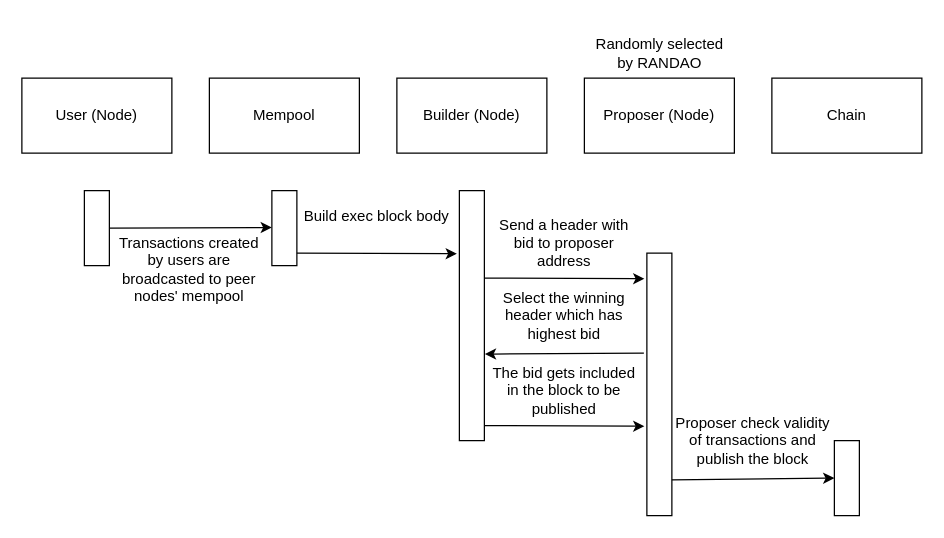
The draw.io diagram assets/agent workflow.drawio in xujiahuayz/mev-resist-consensus, before the edit. Source tidied: cells renumbered, new cells numbered last; positions are measured from the earlier drawing's top-left corner, leaving out a move shared by most shapes. Both pictures are drawn from the tidied source at 125%, with x=0, y=0 at pixel (21, 28).
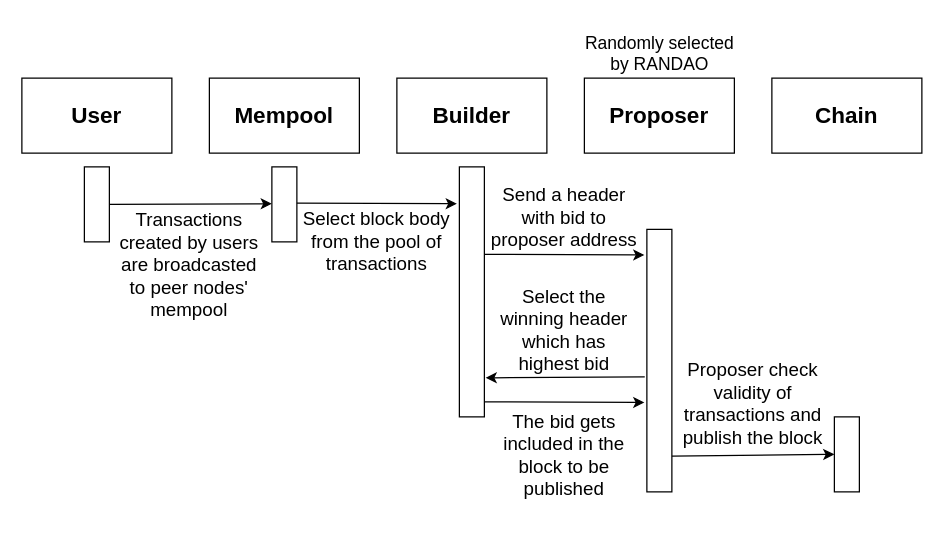
Above is the later version.

The edit, as a diff of the source:
```diff
@@
-    <mxCell id="2" value="Mempool" style="rounded=0;whiteSpace=wrap;html=1;" parent="1" vertex="1">
+    <mxCell id="2" value="&lt;font style=&quot;font-size: 18px;&quot;&gt;&lt;b&gt;Mempool&lt;/b&gt;&lt;/font&gt;" style="rounded=0;whiteSpace=wrap;html=1;" parent="1" vertex="1">
       <mxGeometry x="150" y="40" width="120" height="60" as="geometry" />
     </mxCell>
-    <mxCell id="3" value="Builder&amp;nbsp;(Node)" style="rounded=0;whiteSpace=wrap;html=1;" parent="1" vertex="1">
+    <mxCell id="3" value="&lt;font style=&quot;font-size: 18px;&quot;&gt;&lt;b&gt;Builder&lt;/b&gt;&lt;/font&gt;" style="rounded=0;whiteSpace=wrap;html=1;" parent="1" vertex="1">
       <mxGeometry x="300" y="40" width="120" height="60" as="geometry" />
     </mxCell>
-    <mxCell id="4" value="Proposer&amp;nbsp;(Node)" style="rounded=0;whiteSpace=wrap;html=1;" parent="1" vertex="1">
+    <mxCell id="4" value="&lt;font style=&quot;font-size: 18px;&quot;&gt;&lt;b&gt;Proposer&lt;/b&gt;&lt;/font&gt;" style="rounded=0;whiteSpace=wrap;html=1;" parent="1" vertex="1">
       <mxGeometry x="450" y="40" width="120" height="60" as="geometry" />
     </mxCell>
     <mxCell id="5" style="endArrow=classic;html=1;rounded=0;exitX=1;exitY=0.5;exitDx=0;exitDy=0;" parent="1" edge="1" source="23">
       <mxGeometry relative="1" as="geometry">
-        <mxPoint x="200" y="159.5" as="targetPoint" />
+        <mxPoint x="200" y="140.5" as="targetPoint" />
       </mxGeometry>
     </mxCell>
     <mxCell id="6" style="rounded=0;whiteSpace=wrap;html=1;" parent="1" vertex="1">
-      <mxGeometry x="200" y="130" width="20" height="60" as="geometry" />
+      <mxGeometry x="200" y="111" width="20" height="60" as="geometry" />
     </mxCell>
-    <mxCell id="7" value="Transactions created by users are broadcasted to peer nodes' mempool" style="rounded=0;whiteSpace=wrap;html=1;strokeColor=none;fillColor=none;" parent="1" vertex="1">
-      <mxGeometry x="74" y="168" width="120" height="50" as="geometry" />
+    <mxCell id="7" value="&lt;font style=&quot;font-size: 15px;&quot;&gt;Transactions created by users are broadcasted to peer nodes' mempool&lt;/font&gt;" style="rounded=0;whiteSpace=wrap;html=1;strokeColor=none;fillColor=none;" parent="1" vertex="1">
+      <mxGeometry x="74" y="164" width="120" height="50" as="geometry" />
     </mxCell>
     <mxCell id="8" style="endArrow=classic;html=1;rounded=0;entryX=-0.1;entryY=0.158;entryDx=0;entryDy=0;entryPerimeter=0;" parent="1" edge="1">
       <mxGeometry relative="1" as="geometry">
-        <mxPoint x="220" y="180" as="sourcePoint" />
-        <mxPoint x="348" y="180.5" as="targetPoint" />
+        <mxPoint x="220" y="140" as="sourcePoint" />
+        <mxPoint x="348" y="140.5" as="targetPoint" />
       </mxGeometry>
     </mxCell>
     <mxCell id="9" style="rounded=0;whiteSpace=wrap;html=1;" parent="1" vertex="1">
-      <mxGeometry x="350" y="130" width="20" height="200" as="geometry" />
+      <mxGeometry x="350" y="111" width="20" height="200" as="geometry" />
     </mxCell>
-    <mxCell id="10" value="Build exec block body" style="rounded=0;whiteSpace=wrap;html=1;strokeColor=none;fillColor=none;" parent="1" vertex="1">
-      <mxGeometry x="224" y="131" width="120" height="40" as="geometry" />
+    <mxCell id="10" value="&lt;font style=&quot;font-size: 15px;&quot;&gt;Select block body from the pool of transactions&lt;/font&gt;" style="rounded=0;whiteSpace=wrap;html=1;strokeColor=none;fillColor=none;" parent="1" vertex="1">
+      <mxGeometry x="224" y="150" width="120" height="40" as="geometry" />
     </mxCell>
-    <mxCell id="11" value="Send a header with bid to proposer address" style="rounded=0;whiteSpace=wrap;html=1;strokeColor=none;fillColor=none;" parent="1" vertex="1">
-      <mxGeometry x="374" y="152" width="120" height="40" as="geometry" />
+    <mxCell id="11" value="&lt;font style=&quot;font-size: 15px;&quot;&gt;Send a header with bid to proposer address&lt;/font&gt;" style="rounded=0;whiteSpace=wrap;html=1;strokeColor=none;fillColor=none;" parent="1" vertex="1">
+      <mxGeometry x="374" y="131" width="120" height="40" as="geometry" />
     </mxCell>
     <mxCell id="12" style="endArrow=classic;html=1;rounded=0;entryX=-0.1;entryY=0.158;entryDx=0;entryDy=0;entryPerimeter=0;" parent="1" edge="1">
       <mxGeometry relative="1" as="geometry">
-        <mxPoint x="370" y="200" as="sourcePoint" />
-        <mxPoint x="498" y="200.5" as="targetPoint" />
+        <mxPoint x="370" y="181" as="sourcePoint" />
+        <mxPoint x="498" y="181.5" as="targetPoint" />
       </mxGeometry>
     </mxCell>
     <mxCell id="13" style="rounded=0;whiteSpace=wrap;html=1;" parent="1" vertex="1">
-      <mxGeometry x="500" y="180" width="20" height="210" as="geometry" />
+      <mxGeometry x="500" y="161" width="20" height="210" as="geometry" />
     </mxCell>
     <mxCell id="14" style="endArrow=classic;html=1;rounded=0;exitX=-0.137;exitY=0.58;exitDx=0;exitDy=0;exitPerimeter=0;" parent="1" edge="1">
       <mxGeometry relative="1" as="geometry">
-        <mxPoint x="497.6" y="260" as="sourcePoint" />
-        <mxPoint x="370.4" y="260.8" as="targetPoint" />
+        <mxPoint x="498.3" y="279" as="sourcePoint" />
+        <mxPoint x="371" y="279.8" as="targetPoint" />
       </mxGeometry>
     </mxCell>
-    <mxCell id="15" value="Select the winning header which has highest bid" style="rounded=0;whiteSpace=wrap;html=1;strokeColor=none;fillColor=none;" parent="1" vertex="1">
-      <mxGeometry x="374" y="210" width="120" height="40" as="geometry" />
+    <mxCell id="15" value="&lt;font style=&quot;font-size: 15px;&quot;&gt;Select the winning header which has highest bid&lt;/font&gt;" style="rounded=0;whiteSpace=wrap;html=1;strokeColor=none;fillColor=none;" parent="1" vertex="1">
+      <mxGeometry x="374" y="221" width="120" height="40" as="geometry" />
     </mxCell>
@@
-    <mxCell id="17" value="Chain" style="rounded=0;whiteSpace=wrap;html=1;" parent="1" vertex="1">
+    <mxCell id="17" value="&lt;font style=&quot;font-size: 18px;&quot;&gt;&lt;b&gt;Chain&lt;/b&gt;&lt;/font&gt;" style="rounded=0;whiteSpace=wrap;html=1;" parent="1" vertex="1">
       <mxGeometry x="600" y="40" width="120" height="60" as="geometry" />
     </mxCell>
     <mxCell id="18" style="rounded=0;whiteSpace=wrap;html=1;" parent="1" vertex="1">
-      <mxGeometry x="650" y="330" width="20" height="60" as="geometry" />
+      <mxGeometry x="650" y="311" width="20" height="60" as="geometry" />
     </mxCell>
-    <mxCell id="19" value="Proposer check validity of transactions and publish the block" style="rounded=0;whiteSpace=wrap;html=1;strokeColor=none;fillColor=none;" parent="1" vertex="1">
-      <mxGeometry x="520" y="310" width="130" height="40" as="geometry" />
+    <mxCell id="19" value="&lt;font style=&quot;font-size: 15px;&quot;&gt;Proposer check validity of transactions and publish the block&lt;/font&gt;" style="rounded=0;whiteSpace=wrap;html=1;strokeColor=none;fillColor=none;" parent="1" vertex="1">
+      <mxGeometry x="520" y="280" width="130" height="40" as="geometry" />
     </mxCell>
-    <mxCell id="20" value="The bid gets included in the block to be published" style="rounded=0;whiteSpace=wrap;html=1;strokeColor=none;fillColor=none;" parent="1" vertex="1">
-      <mxGeometry x="374" y="270" width="120" height="40" as="geometry" />
+    <mxCell id="20" value="&lt;font style=&quot;font-size: 15px;&quot;&gt;The bid gets included in the block to be published&lt;/font&gt;" style="rounded=0;whiteSpace=wrap;html=1;strokeColor=none;fillColor=none;" parent="1" vertex="1">
+      <mxGeometry x="374" y="321" width="120" height="40" as="geometry" />
     </mxCell>
     <mxCell id="21" style="endArrow=classic;html=1;rounded=0;entryX=-0.1;entryY=0.158;entryDx=0;entryDy=0;entryPerimeter=0;" parent="1" edge="1">
       <mxGeometry relative="1" as="geometry">
-        <mxPoint x="370" y="318" as="sourcePoint" />
-        <mxPoint x="498" y="318.5" as="targetPoint" />
+        <mxPoint x="370" y="299" as="sourcePoint" />
+        <mxPoint x="498" y="299.5" as="targetPoint" />
       </mxGeometry>
     </mxCell>
-    <mxCell id="22" value="User (Node)" style="rounded=0;whiteSpace=wrap;html=1;" parent="1" vertex="1">
+    <mxCell id="22" value="&lt;font style=&quot;font-size: 18px;&quot;&gt;&lt;b&gt;User&lt;/b&gt;&lt;/font&gt;" style="rounded=0;whiteSpace=wrap;html=1;" parent="1" vertex="1">
       <mxGeometry y="40" width="120" height="60" as="geometry" />
     </mxCell>
     <mxCell id="23" style="rounded=0;whiteSpace=wrap;html=1;" parent="1" vertex="1">
-      <mxGeometry x="50" y="130" width="20" height="60" as="geometry" />
+      <mxGeometry x="50" y="111" width="20" height="60" as="geometry" />
     </mxCell>
-    <mxCell id="24" value="Randomly selected&lt;br&gt;by RANDAO" style="text;html=1;align=center;verticalAlign=middle;strokeColor=none;fillColor=none;" parent="1" vertex="1">
-      <mxGeometry x="445" width="130" height="40" as="geometry" />
+    <mxCell id="24" value="&lt;font style=&quot;font-size: 14px;&quot;&gt;Randomly selected&lt;br&gt;by RANDAO&lt;/font&gt;" style="text;html=1;align=center;verticalAlign=middle;strokeColor=none;fillColor=none;" parent="1" vertex="1">
+      <mxGeometry x="440" y="-5" width="140" height="50" as="geometry" />
     </mxCell>
```
